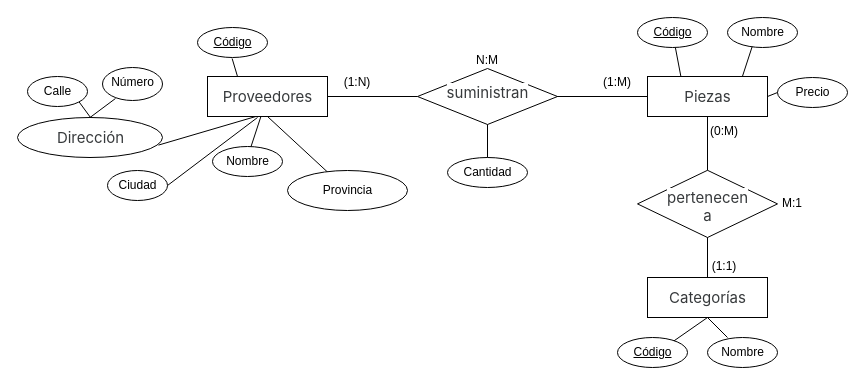
Above: Tarea 02_03 Gestión de tienda.drawio in popnoart/popnoart (draw.io), before the change. Source tidied: cells renumbered, new cells numbered last; positions are measured from the earlier drawing's top-left corner, leaving out a move shared by most shapes. Both pictures are drawn from the tidied source at 100%, with x=0, y=0 at pixel (17, 17).
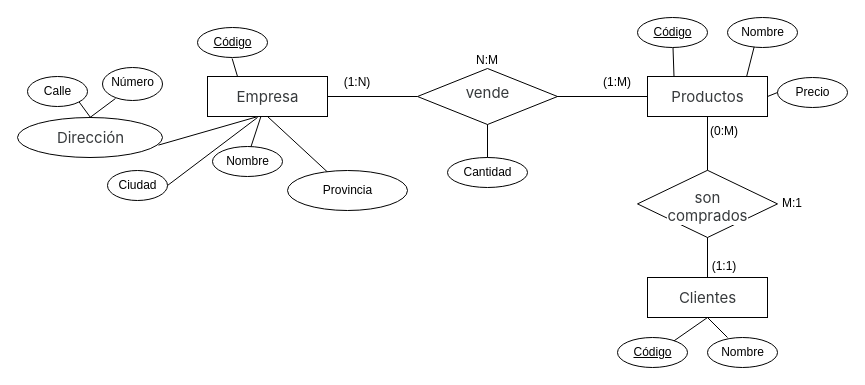
The same page after the edit.

The change refers to these unchanged cells:
```xml
<mxCell id="24" style="group;" parent="1" vertex="1">
  <mxGeometry x="190" y="59" width="120" height="40" as="geometry" />
</mxCell>
<mxCell id="27" style="group;labelBackgroundColor=default;" parent="1" vertex="1">
  <mxGeometry x="630" y="59" width="120" height="45" as="geometry" />
</mxCell>
<mxCell id="36" style="group;labelBackgroundColor=default;" parent="1" vertex="1">
  <mxGeometry x="390" y="57" width="170" height="50" as="geometry" />
</mxCell>
<mxCell id="42" style="group;" parent="1" vertex="1">
  <mxGeometry x="630" y="260" width="120" height="40" as="geometry" />
</mxCell>
<mxCell id="45" style="group;labelBackgroundColor=default;" parent="1" vertex="1">
  <mxGeometry x="610" y="160" width="195" height="60" as="geometry" />
</mxCell>
```

What changed in the source:
```diff
@@
-    <mxCell id="26" value="&lt;span style=&quot;color: rgb(55, 58, 60); font-family: -apple-system, BlinkMacSystemFont, &amp;quot;Segoe UI&amp;quot;, Roboto, &amp;quot;Helvetica Neue&amp;quot;, Arial, &amp;quot;Noto Sans&amp;quot;, &amp;quot;Liberation Sans&amp;quot;, sans-serif, &amp;quot;Apple Color Emoji&amp;quot;, &amp;quot;Segoe UI Emoji&amp;quot;, &amp;quot;Segoe UI Symbol&amp;quot;, &amp;quot;Noto Color Emoji&amp;quot;; font-size: 15px; text-align: left; text-wrap-mode: wrap; background-color: rgb(255, 255, 255);&quot;&gt;Proveedores&lt;/span&gt;" style="text;html=1;align=center;verticalAlign=middle;points=[];strokeColor=none;fillColor=none;" parent="24" vertex="1">
-      <mxGeometry x="5" y="5" width="110" height="30" as="geometry" />
+    <mxCell id="26" value="&lt;div style=&quot;text-align: left;&quot;&gt;&lt;font face=&quot;-apple-system, BlinkMacSystemFont, Segoe UI, Roboto, Helvetica Neue, Arial, Noto Sans, Liberation Sans, sans-serif, Apple Color Emoji, Segoe UI Emoji, Segoe UI Symbol, Noto Color Emoji&quot; color=&quot;#373a3c&quot;&gt;&lt;span style=&quot;font-size: 15px; text-wrap-mode: wrap; background-color: rgb(255, 255, 255);&quot;&gt;Empresa&lt;/span&gt;&lt;/font&gt;&lt;/div&gt;" style="text;html=1;align=center;verticalAlign=middle;points=[];strokeColor=none;fillColor=none;" parent="24" vertex="1">
+      <mxGeometry x="20" y="5" width="80" height="30" as="geometry" />
     </mxCell>
@@
-    <mxCell id="29" value="&lt;span style=&quot;color: rgb(55, 58, 60); font-family: -apple-system, BlinkMacSystemFont, &amp;quot;Segoe UI&amp;quot;, Roboto, &amp;quot;Helvetica Neue&amp;quot;, Arial, &amp;quot;Noto Sans&amp;quot;, &amp;quot;Liberation Sans&amp;quot;, sans-serif, &amp;quot;Apple Color Emoji&amp;quot;, &amp;quot;Segoe UI Emoji&amp;quot;, &amp;quot;Segoe UI Symbol&amp;quot;, &amp;quot;Noto Color Emoji&amp;quot;; font-size: 15px; text-align: left; text-wrap-mode: wrap; background-color: rgb(255, 255, 255);&quot;&gt;Piezas&lt;/span&gt;" style="text;html=1;align=center;verticalAlign=middle;points=[];strokeColor=none;fillColor=none;" parent="27" vertex="1">
-      <mxGeometry x="25" y="5" width="70" height="30" as="geometry" />
+    <mxCell id="29" value="&lt;span style=&quot;color: rgb(55, 58, 60); font-family: -apple-system, BlinkMacSystemFont, &amp;quot;Segoe UI&amp;quot;, Roboto, &amp;quot;Helvetica Neue&amp;quot;, Arial, &amp;quot;Noto Sans&amp;quot;, &amp;quot;Liberation Sans&amp;quot;, sans-serif, &amp;quot;Apple Color Emoji&amp;quot;, &amp;quot;Segoe UI Emoji&amp;quot;, &amp;quot;Segoe UI Symbol&amp;quot;, &amp;quot;Noto Color Emoji&amp;quot;; font-size: 15px; text-align: left; text-wrap-mode: wrap; background-color: rgb(255, 255, 255);&quot;&gt;Productos&lt;/span&gt;" style="text;html=1;align=center;verticalAlign=middle;points=[];strokeColor=none;fillColor=none;" parent="27" vertex="1">
+      <mxGeometry x="15" y="5" width="90" height="30" as="geometry" />
     </mxCell>
@@
-    <mxCell id="38" value="&lt;span style=&quot;color: rgb(55, 58, 60); font-family: -apple-system, BlinkMacSystemFont, &amp;quot;Segoe UI&amp;quot;, Roboto, &amp;quot;Helvetica Neue&amp;quot;, Arial, &amp;quot;Noto Sans&amp;quot;, &amp;quot;Liberation Sans&amp;quot;, sans-serif, &amp;quot;Apple Color Emoji&amp;quot;, &amp;quot;Segoe UI Emoji&amp;quot;, &amp;quot;Segoe UI Symbol&amp;quot;, &amp;quot;Noto Color Emoji&amp;quot;; font-size: 15px; text-align: left; text-wrap-mode: wrap; background-color: rgb(255, 255, 255);&quot;&gt;suministran&lt;/span&gt;" style="text;html=1;align=center;verticalAlign=middle;strokeColor=none;fillColor=none;" parent="36" vertex="1">
-      <mxGeometry x="30" y="3" width="100" height="30" as="geometry" />
+    <mxCell id="38" value="&lt;span style=&quot;color: rgb(55, 58, 60); font-family: -apple-system, BlinkMacSystemFont, &amp;quot;Segoe UI&amp;quot;, Roboto, &amp;quot;Helvetica Neue&amp;quot;, Arial, &amp;quot;Noto Sans&amp;quot;, &amp;quot;Liberation Sans&amp;quot;, sans-serif, &amp;quot;Apple Color Emoji&amp;quot;, &amp;quot;Segoe UI Emoji&amp;quot;, &amp;quot;Segoe UI Symbol&amp;quot;, &amp;quot;Noto Color Emoji&amp;quot;; font-size: 15px; text-align: left; text-wrap-mode: wrap; background-color: rgb(255, 255, 255);&quot;&gt;vende&lt;/span&gt;" style="text;html=1;align=center;verticalAlign=middle;strokeColor=none;fillColor=none;" parent="36" vertex="1">
+      <mxGeometry x="50" y="3" width="60" height="30" as="geometry" />
     </mxCell>
@@
-    <mxCell id="44" value="&lt;div style=&quot;text-align: left;&quot;&gt;&lt;font face=&quot;-apple-system, BlinkMacSystemFont, Segoe UI, Roboto, Helvetica Neue, Arial, Noto Sans, Liberation Sans, sans-serif, Apple Color Emoji, Segoe UI Emoji, Segoe UI Symbol, Noto Color Emoji&quot; color=&quot;#373a3c&quot;&gt;&lt;span style=&quot;font-size: 15px; text-wrap-mode: wrap; background-color: rgb(255, 255, 255);&quot;&gt;Categorías&lt;/span&gt;&lt;/font&gt;&lt;/div&gt;" style="text;html=1;align=center;verticalAlign=middle;points=[];strokeColor=none;fillColor=none;" parent="42" vertex="1">
-      <mxGeometry x="10" y="5" width="100" height="30" as="geometry" />
+    <mxCell id="44" value="&lt;div style=&quot;text-align: left;&quot;&gt;&lt;font face=&quot;-apple-system, BlinkMacSystemFont, Segoe UI, Roboto, Helvetica Neue, Arial, Noto Sans, Liberation Sans, sans-serif, Apple Color Emoji, Segoe UI Emoji, Segoe UI Symbol, Noto Color Emoji&quot; color=&quot;#373a3c&quot;&gt;&lt;span style=&quot;font-size: 15px; text-wrap-mode: wrap; background-color: rgb(255, 255, 255);&quot;&gt;Clientes&lt;/span&gt;&lt;/font&gt;&lt;/div&gt;" style="text;html=1;align=center;verticalAlign=middle;points=[];strokeColor=none;fillColor=none;" parent="42" vertex="1">
+      <mxGeometry x="20" y="5" width="80" height="30" as="geometry" />
     </mxCell>
@@
-    <mxCell id="47" value="&lt;span style=&quot;color: rgb(55, 58, 60); font-family: -apple-system, BlinkMacSystemFont, &amp;quot;Segoe UI&amp;quot;, Roboto, &amp;quot;Helvetica Neue&amp;quot;, Arial, &amp;quot;Noto Sans&amp;quot;, &amp;quot;Liberation Sans&amp;quot;, sans-serif, &amp;quot;Apple Color Emoji&amp;quot;, &amp;quot;Segoe UI Emoji&amp;quot;, &amp;quot;Segoe UI Symbol&amp;quot;, &amp;quot;Noto Color Emoji&amp;quot;; font-size: 15px; text-align: left; text-wrap-mode: wrap; background-color: rgb(255, 255, 255);&quot;&gt;pertenecen a&lt;/span&gt;" style="text;html=1;align=center;verticalAlign=middle;strokeColor=none;fillColor=none;imageWidth=28;" parent="45" vertex="1">
-      <mxGeometry x="25" y="14.4" width="110" height="30" as="geometry" />
+    <mxCell id="47" value="&lt;span style=&quot;color: rgb(55, 58, 60); font-family: -apple-system, BlinkMacSystemFont, &amp;quot;Segoe UI&amp;quot;, Roboto, &amp;quot;Helvetica Neue&amp;quot;, Arial, &amp;quot;Noto Sans&amp;quot;, &amp;quot;Liberation Sans&amp;quot;, sans-serif, &amp;quot;Apple Color Emoji&amp;quot;, &amp;quot;Segoe UI Emoji&amp;quot;, &amp;quot;Segoe UI Symbol&amp;quot;, &amp;quot;Noto Color Emoji&amp;quot;; font-size: 15px; text-align: left; text-wrap-mode: wrap; background-color: rgb(255, 255, 255);&quot;&gt;son comprados&lt;/span&gt;" style="text;html=1;align=center;verticalAlign=middle;strokeColor=none;fillColor=none;imageWidth=28;" parent="45" vertex="1">
+      <mxGeometry x="15" y="14.4" width="130" height="30" as="geometry" />
     </mxCell>
```
